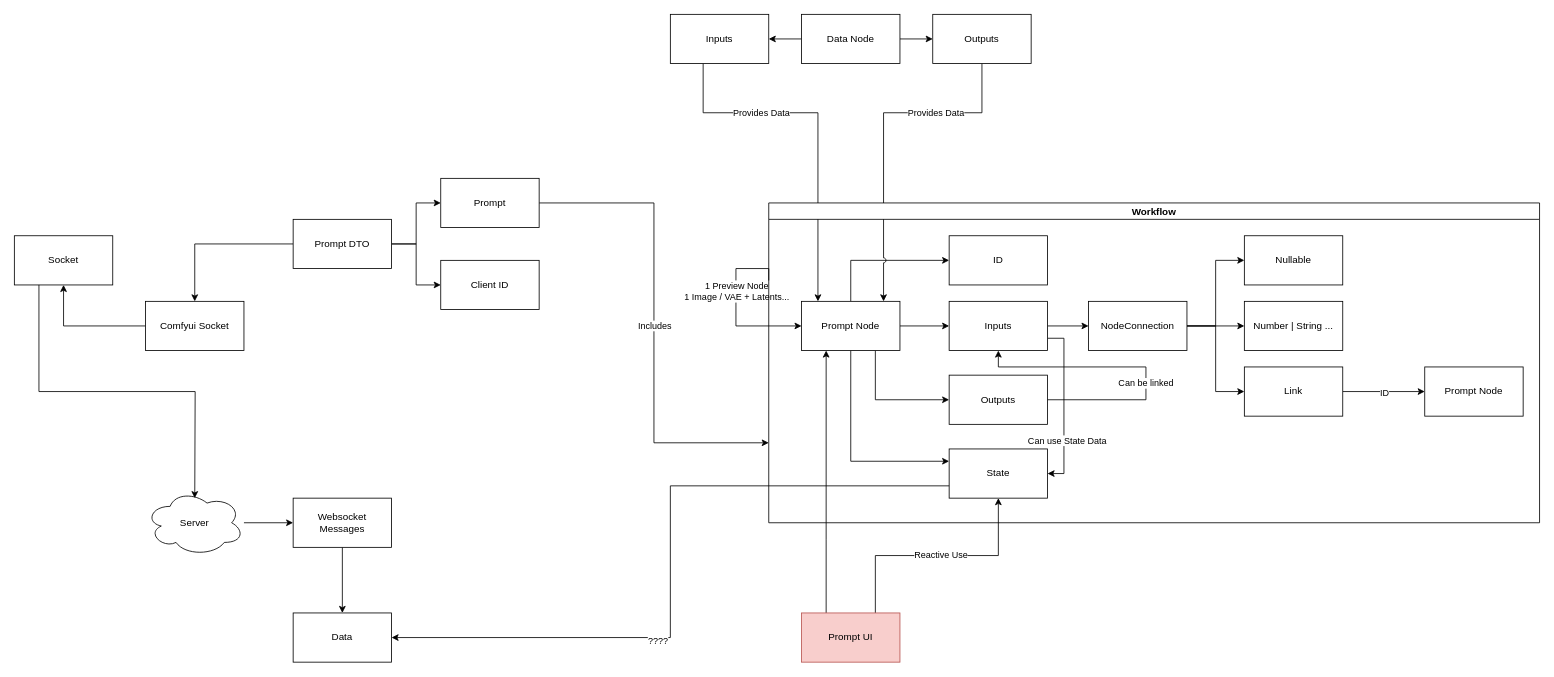
inflamously/ComfyUI-Inflamed keeps this draw.io diagram as inflame/docs/prompt.drawio. Above is the earlier version. Source tidied: cells renumbered, new cells numbered last; positions are measured from the earlier drawing's top-left corner, leaving out a move shared by most shapes. Both pictures are drawn from the tidied source at 82%, with x=0, y=0 at pixel (14, 14).
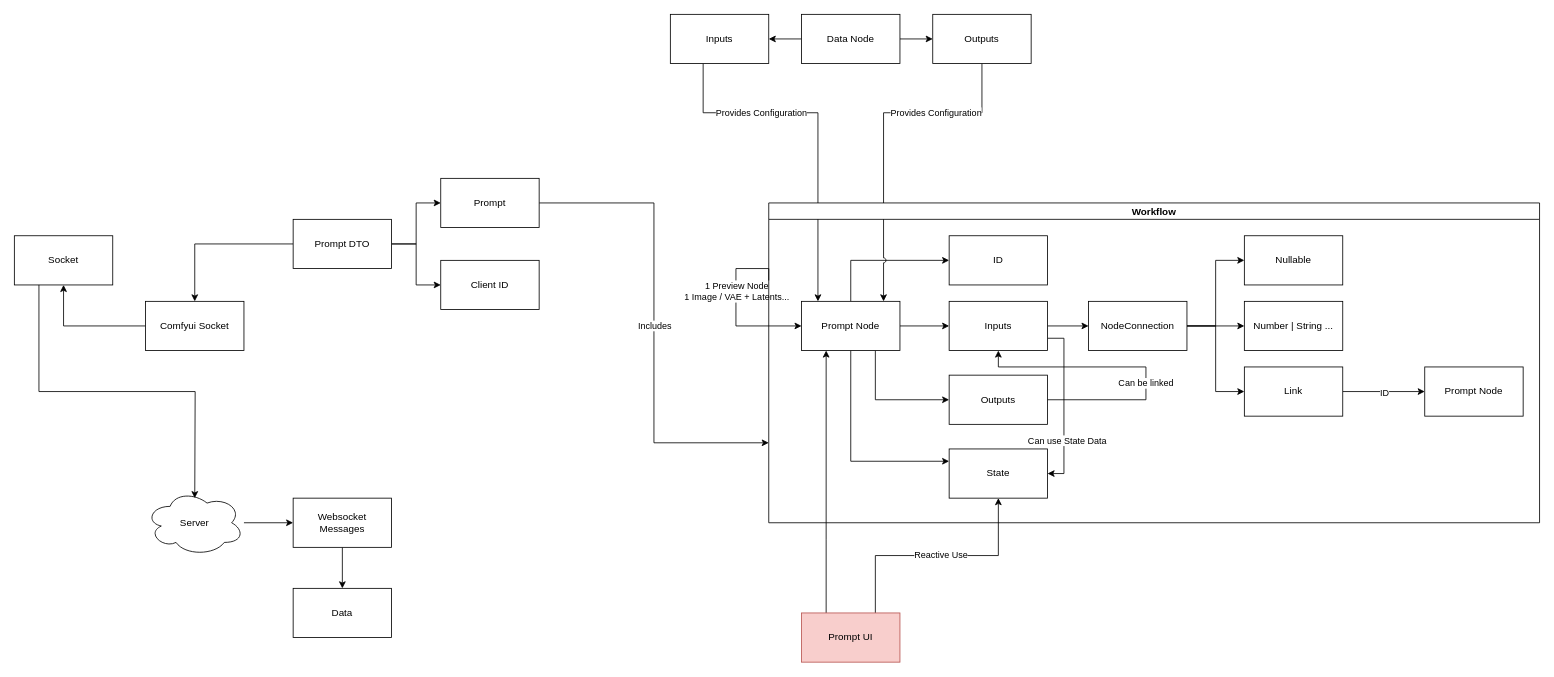
The same page after the edit.

Commit message (it also covers changes not shown here):
feat: update docs fix: null check in debug image prompt

The change refers to these unchanged cells:
```xml
<mxCell id="25" style="edgeStyle=orthogonalEdgeStyle;rounded=0;jettySize=auto;html=1;" parent="1" edge="1" source="27" target="6">
  <mxGeometry relative="1" as="geometry">
    <Array as="points">
      <mxPoint x="840" y="120" />
      <mxPoint x="980" y="120" />
    </Array>
  </mxGeometry>
</mxCell>
<mxCell id="28" style="edgeStyle=orthogonalEdgeStyle;rounded=0;jettySize=auto;html=1;jumpStyle=arc;" parent="1" edge="1" source="30" target="6">
  <mxGeometry relative="1" as="geometry">
    <Array as="points">
      <mxPoint x="1180" y="120" />
      <mxPoint x="1060" y="120" />
    </Array>
  </mxGeometry>
</mxCell>
<mxCell id="34" value="State" style="rounded=0;whiteSpace=wrap;html=1;" parent="33" vertex="1">
  <mxGeometry x="220" y="300" width="120" height="60" as="geometry" />
</mxCell>
```

The edit, as a diff of the source:
```diff
@@
-    <mxCell id="26" value="Provides Data" style="edgeLabel;html=1;align=center;verticalAlign=middle;" parent="25" vertex="1">
+    <mxCell id="26" value="Provides Configuration" style="edgeLabel;html=1;align=center;verticalAlign=middle;" parent="25" vertex="1">
       <mxGeometry x="-0.3" y="3" relative="1" as="geometry">
         <mxPoint x="-21" y="3" as="offset" />
       </mxGeometry>
     </mxCell>
@@
-    <mxCell id="29" value="Provides Data" style="edgeLabel;html=1;align=center;verticalAlign=middle;" parent="28" vertex="1">
+    <mxCell id="29" value="Provides Configuration" style="edgeLabel;html=1;align=center;verticalAlign=middle;" parent="28" vertex="1">
       <mxGeometry x="-0.43" y="-1" relative="1" as="geometry" />
     </mxCell>
@@
     <mxCell id="58" value="Data" style="whiteSpace=wrap;html=1;rounded=0;" parent="1" vertex="1">
-      <mxGeometry x="340" y="730" width="120" height="60" as="geometry" />
+      <mxGeometry x="340" y="700" width="120" height="60" as="geometry" />
     </mxCell>
-    <mxCell id="59" style="edgeStyle=orthogonalEdgeStyle;rounded=0;jettySize=auto;html=1;exitX=0;exitY=0.75;exitDx=0;exitDy=0;entryX=1;entryY=0.5;entryDx=0;entryDy=0;" parent="1" edge="1" source="34" target="58">
-      <mxGeometry relative="1" as="geometry" />
-    </mxCell>
-    <mxCell id="60" value="????" style="edgeLabel;html=1;align=center;verticalAlign=middle;" parent="59" vertex="1">
-      <mxGeometry x="0.25" y="3" relative="1" as="geometry" />
-    </mxCell>
```
